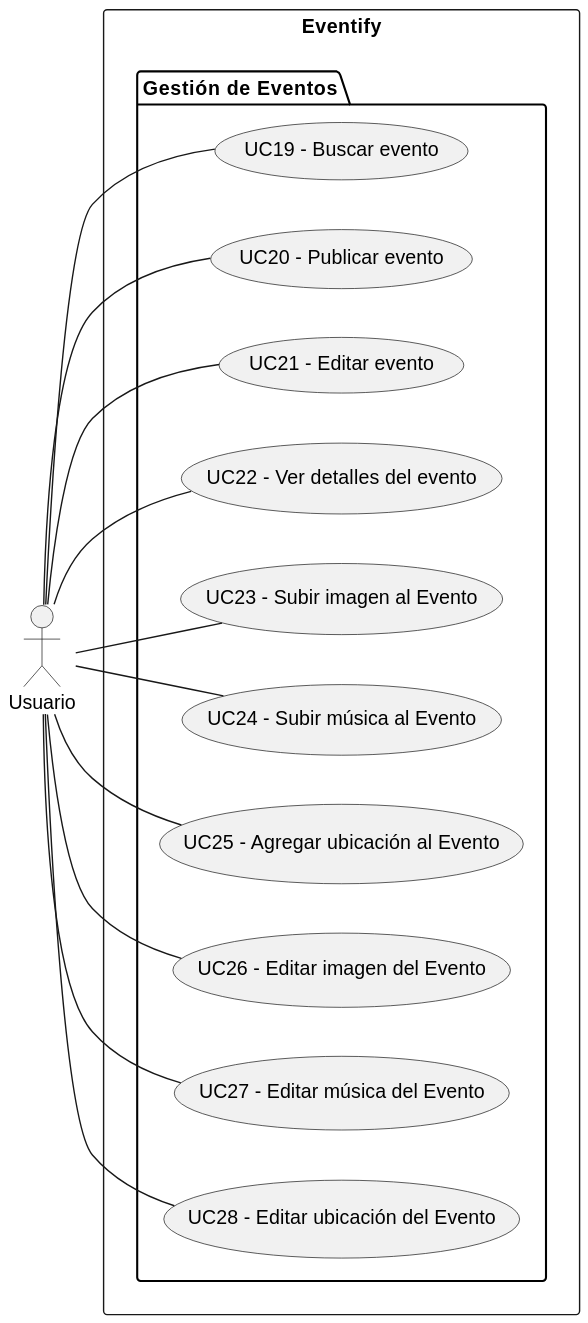
Earlier version of the PlantUML export Requisitos/Casos de Uso/diagramas/UseCaseDiagramEventsManagement.svg (valeraruggierotesisucv/tesis-frameworks-mobile-diagrams). The source it was exported from:
```plantuml
@startuml
    left to right direction
    actor "Usuario" as usuario
    rectangle "Eventify" {
        package "Gestión de Eventos" {
            usecase "UC19 - Buscar evento" as buscarEvento
            usecase "UC20 - Publicar evento" as publicarEvento
            usecase "UC21 - Editar evento" as editarEvento
            usecase "UC22 - Ver detalles del evento" as verDetallesEvento
            usecase "UC23 - Subir imagen al Evento" as subirImagenEvento
            usecase "UC24 - Subir música al Evento" as subirMusicaEvento
            usecase "UC25 - Agregar ubicación al Evento" as agregarUbicacionEvento
            usecase "UC26 - Editar imagen del Evento" as eliminarImagenEvento
            usecase "UC27 - Editar música del Evento" as editarMusicaEvento
            usecase "UC28 - Editar ubicación del Evento" as editarUbicacionEvento
        }
    }

    usuario -- buscarEvento
    usuario -- publicarEvento
    usuario -- editarEvento
    usuario -- verDetallesEvento
    usuario -- subirImagenEvento
    usuario -- subirMusicaEvento
    usuario -- agregarUbicacionEvento
    usuario -- eliminarImagenEvento
    usuario -- editarMusicaEvento
    usuario -- editarUbicacionEvento
@enduml
```
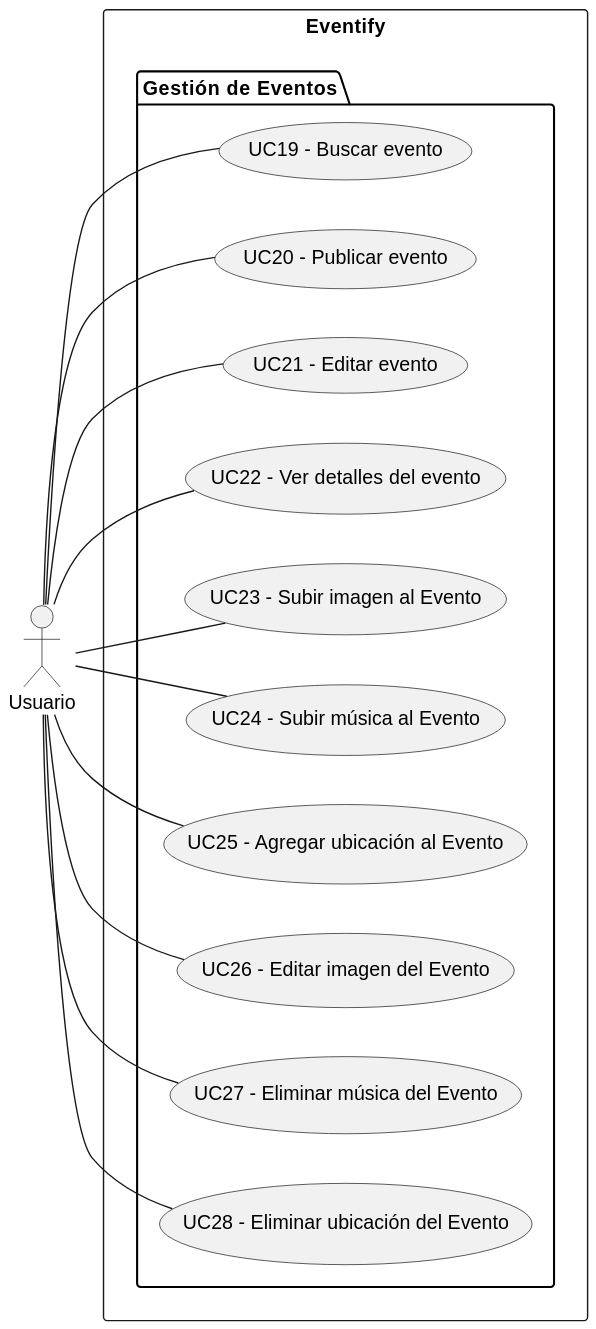
The same file after the commit.

Commit message:
diagramas actualizados

The edit, as a diff of the source:
```diff
@@ -11,8 +11,8 @@
             usecase "UC24 - Subir música al Evento" as subirMusicaEvento
             usecase "UC25 - Agregar ubicación al Evento" as agregarUbicacionEvento
             usecase "UC26 - Editar imagen del Evento" as eliminarImagenEvento
-            usecase "UC27 - Editar música del Evento" as editarMusicaEvento
-            usecase "UC28 - Editar ubicación del Evento" as editarUbicacionEvento
+            usecase "UC27 - Eliminar música del Evento" as editarMusicaEvento
+            usecase "UC28 - Eliminar ubicación del Evento" as editarUbicacionEvento
         }
     }
 
```
